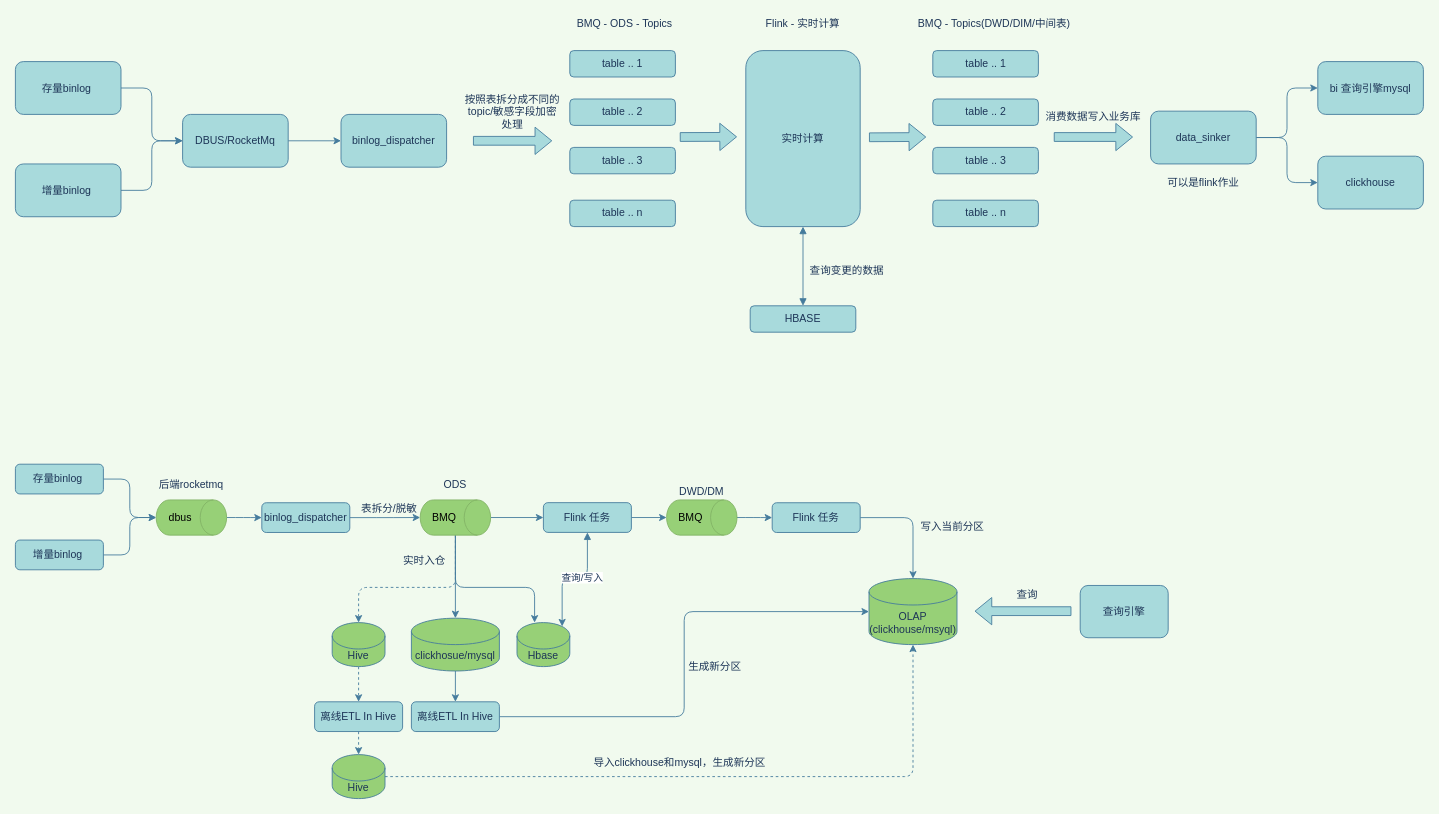
Before: real_time_etl.drawio in cicelprg/drawio, a draw.io diagram. Source tidied: cells renumbered, new cells numbered last; positions are measured from the earlier drawing's top-left corner, leaving out a move shared by most shapes. Both pictures are drawn from the tidied source at 88%, with x=0, y=0 at pixel (15, 15).
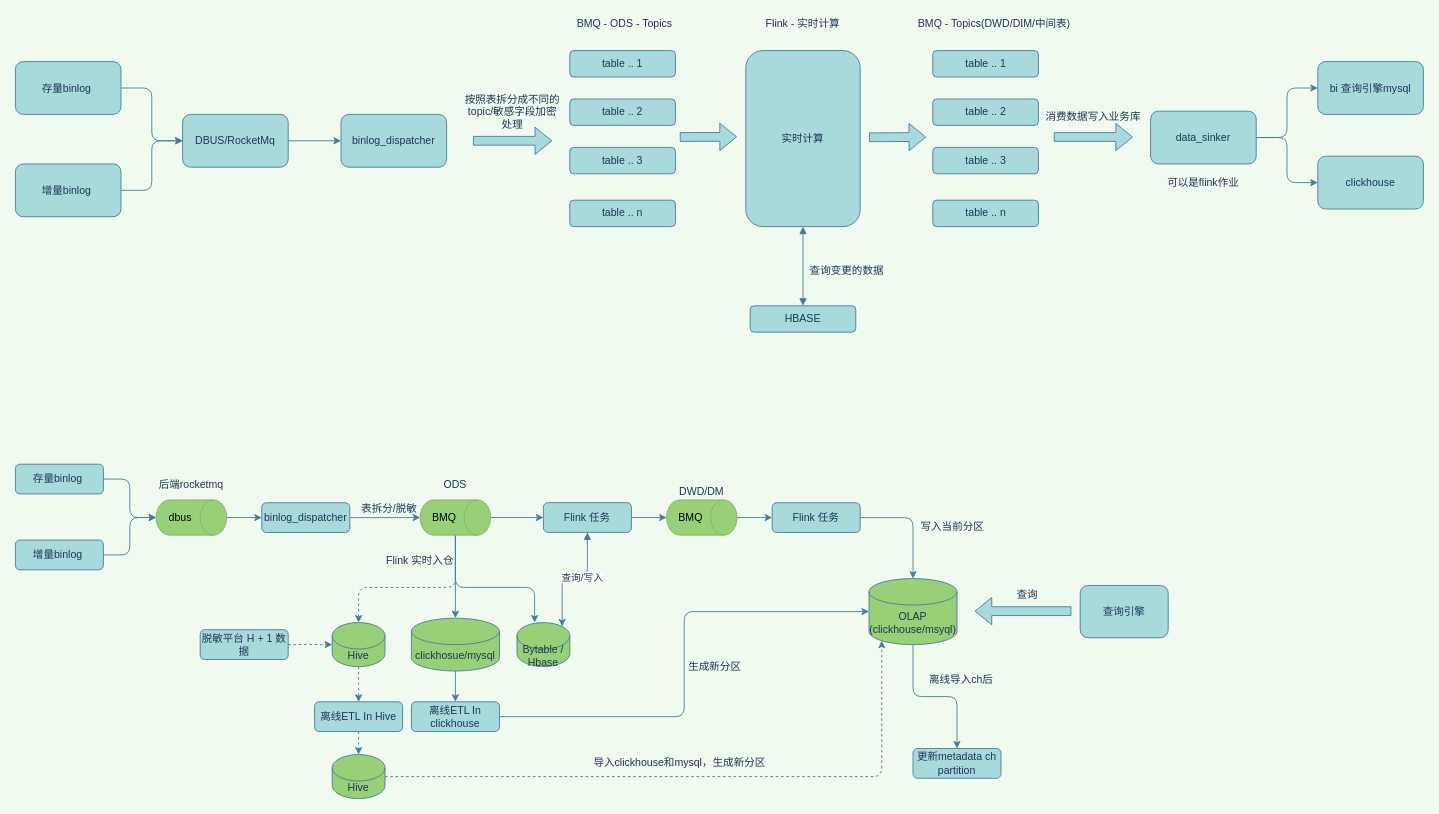
The same diagram, later.

The change refers to these unchanged cells:
```xml
<mxCell id="53" value="Hive" style="shape=cylinder3;whiteSpace=wrap;html=1;boundedLbl=1;backgroundOutline=1;size=15;rounded=0;sketch=0;strokeColor=#457B9D;fillColor=#97D077;fontColor=#1D3557;" parent="1" vertex="1">
  <mxGeometry x="360" y="690" width="60" height="50" as="geometry" />
</mxCell>
<mxCell id="65" value="OLAP&lt;br&gt;(clickhouse/msyql)" style="shape=cylinder3;whiteSpace=wrap;html=1;boundedLbl=1;backgroundOutline=1;size=15;rounded=0;sketch=0;strokeColor=#457B9D;fillColor=#97D077;fontColor=#1D3557;" parent="1" vertex="1">
  <mxGeometry x="970" y="640" width="100" height="75" as="geometry" />
</mxCell>
<mxCell id="71" value="Hive" style="shape=cylinder3;whiteSpace=wrap;html=1;boundedLbl=1;backgroundOutline=1;size=15;rounded=0;sketch=0;strokeColor=#457B9D;fillColor=#97D077;fontColor=#1D3557;" parent="1" vertex="1">
  <mxGeometry x="360" y="840" width="60" height="50" as="geometry" />
</mxCell>
```

Diff of the diagram source:
```diff
@@
-    <mxCell id="56" value="Hbase" style="shape=cylinder3;whiteSpace=wrap;html=1;boundedLbl=1;backgroundOutline=1;size=15;rounded=0;sketch=0;strokeColor=#457B9D;fillColor=#97D077;fontColor=#1D3557;" parent="1" vertex="1">
+    <mxCell id="56" value="Bytable&amp;nbsp;/ Hbase" style="shape=cylinder3;whiteSpace=wrap;html=1;boundedLbl=1;backgroundOutline=1;size=15;rounded=0;sketch=0;strokeColor=#457B9D;fillColor=#97D077;fontColor=#1D3557;" parent="1" vertex="1">
       <mxGeometry x="570" y="690" width="60" height="50" as="geometry" />
     </mxCell>
@@
+    <mxCell id="80" style="edgeStyle=orthogonalEdgeStyle;curved=0;rounded=1;sketch=0;jettySize=auto;html=1;exitX=0;exitY=0.5;exitDx=0;exitDy=0;startArrow=none;startFill=0;strokeColor=#457B9D;fillColor=#A8DADC;fontColor=#1D3557;" parent="1" edge="1" source="61">
+      <mxGeometry relative="1" as="geometry">
+        <mxPoint x="420" y="620" as="targetPoint" />
+      </mxGeometry>
+    </mxCell>
-    <mxCell id="61" value="实时入仓" style="text;html=1;strokeColor=none;fillColor=none;align=center;verticalAlign=middle;whiteSpace=wrap;rounded=0;sketch=0;fontColor=#1D3557;" parent="1" vertex="1">
-      <mxGeometry x="430" y="610" width="70" height="20" as="geometry" />
+    <mxCell id="61" value="Flink 实时入仓" style="text;html=1;strokeColor=none;fillColor=none;align=center;verticalAlign=middle;whiteSpace=wrap;rounded=0;sketch=0;fontColor=#1D3557;" parent="1" vertex="1">
+      <mxGeometry x="420" y="610" width="80" height="20" as="geometry" />
     </mxCell>
@@
+    <mxCell id="81" style="edgeStyle=orthogonalEdgeStyle;curved=0;rounded=1;sketch=0;jettySize=auto;html=1;exitX=0.5;exitY=1;exitDx=0;exitDy=0;exitPerimeter=0;entryX=0.5;entryY=0;entryDx=0;entryDy=0;startArrow=none;startFill=0;strokeColor=#457B9D;fillColor=#A8DADC;fontColor=#1D3557;" parent="1" edge="1" source="65" target="84">
+      <mxGeometry relative="1" as="geometry" />
+    </mxCell>
@@
-    <mxCell id="70" style="edgeStyle=orthogonalEdgeStyle;curved=0;rounded=1;sketch=0;jettySize=auto;html=1;exitX=1;exitY=0.5;exitDx=0;exitDy=0;exitPerimeter=0;entryX=0.5;entryY=1;entryDx=0;entryDy=0;entryPerimeter=0;dashed=1;startArrow=none;startFill=0;strokeColor=#457B9D;fillColor=#A8DADC;fontColor=#1D3557;" parent="1" edge="1" source="71" target="65">
+    <mxCell id="70" style="edgeStyle=orthogonalEdgeStyle;curved=0;rounded=1;sketch=0;jettySize=auto;html=1;exitX=1;exitY=0.5;exitDx=0;exitDy=0;exitPerimeter=0;entryX=0.145;entryY=1;entryDx=0;entryDy=-4.35;entryPerimeter=0;dashed=1;startArrow=none;startFill=0;strokeColor=#457B9D;fillColor=#A8DADC;fontColor=#1D3557;" parent="1" edge="1" source="71" target="65">
       <mxGeometry relative="1" as="geometry" />
     </mxCell>
@@
-    <mxCell id="74" value="离线ETL In Hive" style="rounded=1;whiteSpace=wrap;html=1;sketch=0;strokeColor=#457B9D;fillColor=#A8DADC;fontColor=#1D3557;" parent="1" vertex="1">
+    <mxCell id="74" value="离线ETL In clickhouse" style="rounded=1;whiteSpace=wrap;html=1;sketch=0;strokeColor=#457B9D;fillColor=#A8DADC;fontColor=#1D3557;" parent="1" vertex="1">
       <mxGeometry x="450" y="780" width="100" height="33.8" as="geometry" />
     </mxCell>
@@
+    <mxCell id="82" style="edgeStyle=orthogonalEdgeStyle;curved=0;rounded=1;sketch=0;jettySize=auto;html=1;exitX=1;exitY=0.5;exitDx=0;exitDy=0;entryX=0;entryY=0.5;entryDx=0;entryDy=0;entryPerimeter=0;startArrow=none;startFill=0;strokeColor=#457B9D;fillColor=#A8DADC;fontColor=#1D3557;dashed=1;" parent="1" edge="1" source="83" target="53">
+      <mxGeometry relative="1" as="geometry" />
+    </mxCell>
+    <mxCell id="83" value="脱敏平台 H + 1 数据" style="rounded=1;whiteSpace=wrap;html=1;sketch=0;strokeColor=#457B9D;fillColor=#A8DADC;fontColor=#1D3557;" parent="1" vertex="1">
+      <mxGeometry x="210" y="698.1" width="100" height="33.8" as="geometry" />
+    </mxCell>
+    <mxCell id="84" value="更新metadata ch partition" style="rounded=1;whiteSpace=wrap;html=1;sketch=0;strokeColor=#457B9D;fillColor=#A8DADC;fontColor=#1D3557;" parent="1" vertex="1">
+      <mxGeometry x="1020" y="833.1" width="100" height="33.8" as="geometry" />
+    </mxCell>
+    <mxCell id="85" value="离线导入ch后" style="text;html=1;strokeColor=none;fillColor=none;align=center;verticalAlign=middle;whiteSpace=wrap;rounded=0;sketch=0;fontColor=#1D3557;" parent="1" vertex="1">
+      <mxGeometry x="1030" y="745" width="90" height="20" as="geometry" />
+    </mxCell>
```
